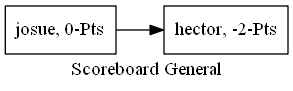
Above: Reportes/scoreboardGeneral.png in hr9457/EDD_1S2020_PY1_201314296 (Graphviz), before the change. Its source is kept beside it as ArchivosDot/scoreboardGeneral.dot.
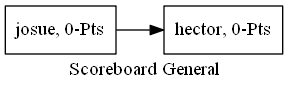
After the commit.

Change to the diagram source:
```diff
@@ -1,7 +1,7 @@
 digraph Scoreboard {
 rankdir=LR;
 Nodo0[shape=record,label="josue, 0-Pts"];
-Nodo1[shape=record,label="hector, -2-Pts"];
+Nodo1[shape=record,label="hector, 0-Pts"];
 Nodo0->Nodo1;
 label="Scoreboard General";
 }
```
